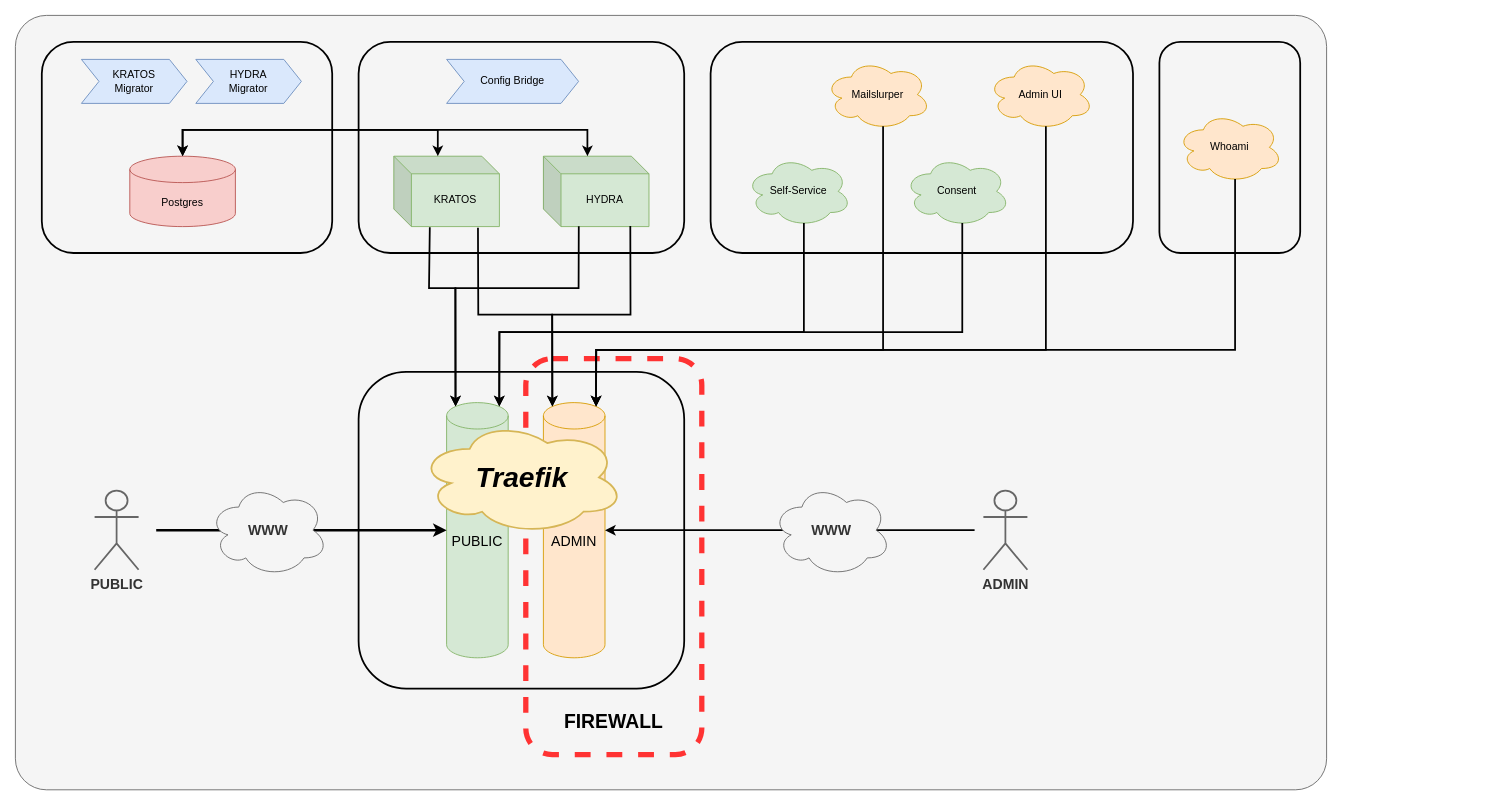
Before: docs/Architecture.drawio in SwissArmyBud/foundation-ory, a draw.io diagram. Source tidied: cells renumbered, new cells numbered last; positions are measured from the earlier drawing's top-left corner, leaving out a move shared by most shapes. Both pictures are drawn from the tidied source at 88%, with x=0, y=0 at pixel (15, 15).
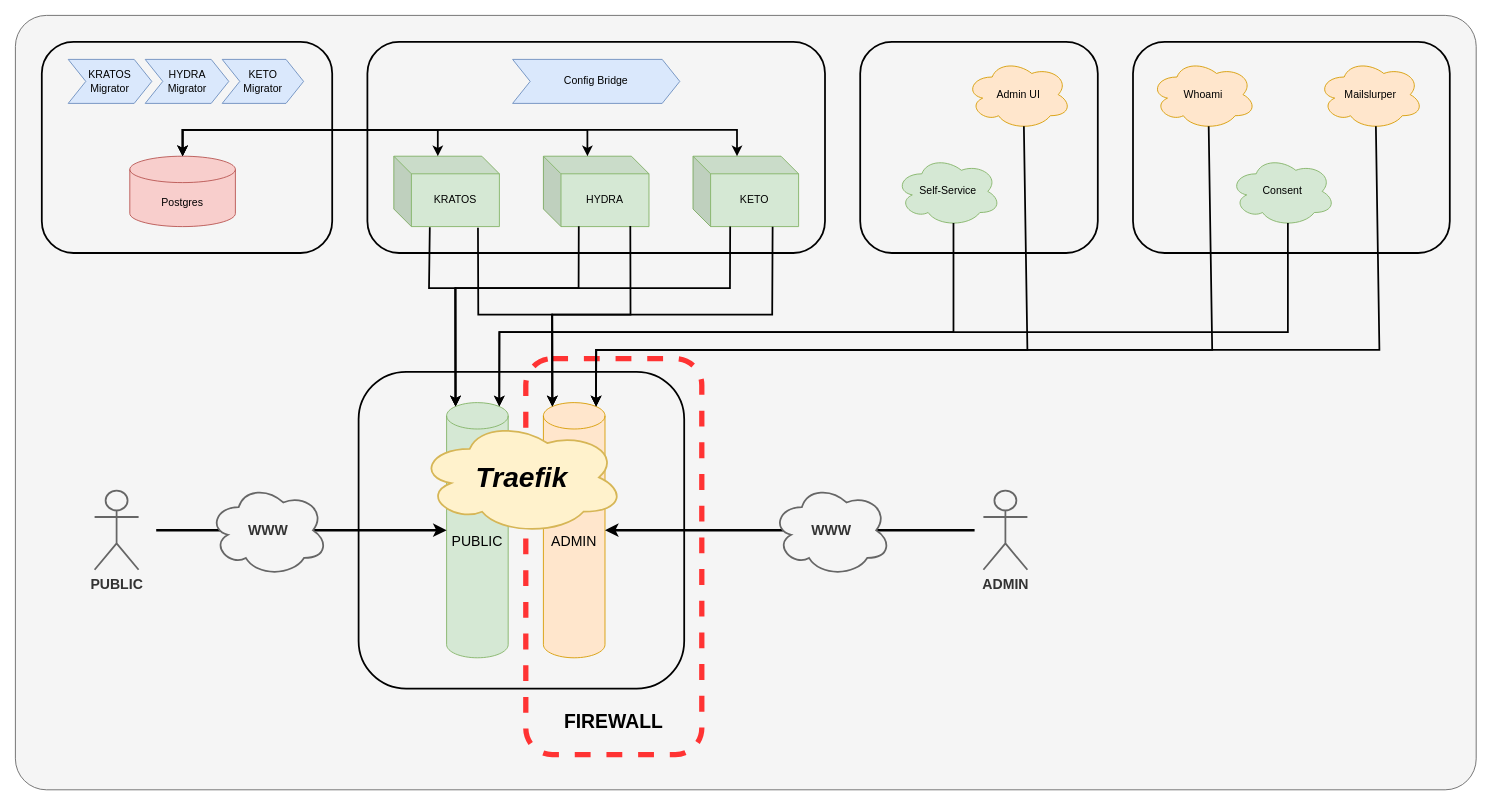
The same diagram, later.

Unchanged cells that the change refers to:
```xml
<mxCell id="9" style="group;strokeWidth=2;" parent="1" vertex="1">
  <mxGeometry x="30" y="30" width="330" height="240" as="geometry" />
</mxCell>
<mxCell id="11" value="Postgres" style="shape=cylinder3;whiteSpace=wrap;html=1;boundedLbl=1;backgroundOutline=1;size=15;fillColor=#f8cecc;strokeColor=#b85450;" parent="9" vertex="1">
  <mxGeometry x="100" y="130" width="120" height="80" as="geometry" />
</mxCell>
<mxCell id="23" value="PUBLIC" style="shape=cylinder3;whiteSpace=wrap;html=1;boundedLbl=1;backgroundOutline=1;size=15;fontSize=16;fillColor=#d5e8d4;strokeColor=#82b366;" parent="1" vertex="1">
  <mxGeometry x="490" y="440" width="70" height="290" as="geometry" />
</mxCell>
<mxCell id="28" value="ADMIN" style="shape=cylinder3;whiteSpace=wrap;html=1;boundedLbl=1;backgroundOutline=1;size=15;fontSize=16;fillColor=#ffe6cc;strokeColor=#d79b00;" parent="1" vertex="1">
  <mxGeometry x="600" y="440" width="70" height="290" as="geometry" />
</mxCell>
```

Change to the diagram source:
```diff
@@
     <mxCell id="2" style="rounded=1;whiteSpace=wrap;html=1;fillColor=#f5f5f5;fontColor=#333333;strokeColor=#666666;arcSize=4;" parent="1" vertex="1">
-      <mxGeometry width="1490" height="880" as="geometry" />
+      <mxGeometry width="1660" height="880" as="geometry" />
     </mxCell>
+    <mxCell id="20" style="rounded=1;whiteSpace=wrap;html=1;fillColor=none;strokeWidth=2;" parent="1" vertex="1">
+      <mxGeometry x="1270" y="30" width="360" height="240" as="geometry" />
+    </mxCell>
     <mxCell id="3" style="group;" parent="1" vertex="1">
-      <mxGeometry x="390" y="30" width="370" height="280" as="geometry" />
+      <mxGeometry x="390" y="30" width="530" height="280" as="geometry" />
     </mxCell>
     <mxCell id="4" style="rounded=1;whiteSpace=wrap;html=1;fillColor=none;strokeWidth=2;" parent="3" vertex="1">
-      <mxGeometry width="370" height="240" as="geometry" />
+      <mxGeometry x="10" width="520" height="240" as="geometry" />
     </mxCell>
@@
     <mxCell id="7" value="Config Bridge" style="shape=step;perimeter=stepPerimeter;whiteSpace=wrap;html=1;fixedSize=1;fillColor=#dae8fc;strokeColor=#6c8ebf;" parent="3" vertex="1">
-      <mxGeometry x="100" y="20" width="150" height="50" as="geometry" />
+      <mxGeometry x="175" y="20" width="190" height="50" as="geometry" />
     </mxCell>
+    <mxCell id="43" value="KETO" style="shape=cube;whiteSpace=wrap;html=1;boundedLbl=1;backgroundOutline=1;darkOpacity=0.05;darkOpacity2=0.1;fillColor=#d5e8d4;strokeColor=#82b366;" parent="3" vertex="1">
+      <mxGeometry x="380" y="130" width="120" height="80" as="geometry" />
+    </mxCell>
@@
     <mxCell id="12" value="&lt;div&gt;KRATOS&lt;/div&gt;&lt;div&gt;Migrator&lt;/div&gt;" style="shape=step;perimeter=stepPerimeter;whiteSpace=wrap;html=1;fixedSize=1;fillColor=#dae8fc;strokeColor=#6c8ebf;" parent="9" vertex="1">
-      <mxGeometry x="45" y="20" width="120" height="50" as="geometry" />
+      <mxGeometry x="30" y="20" width="95" height="50" as="geometry" />
     </mxCell>
     <mxCell id="13" value="HYDRA&lt;br&gt;Migrator" style="shape=step;perimeter=stepPerimeter;whiteSpace=wrap;html=1;fixedSize=1;fillColor=#dae8fc;strokeColor=#6c8ebf;" parent="9" vertex="1">
-      <mxGeometry x="175" y="20" width="120" height="50" as="geometry" />
+      <mxGeometry x="117.5" y="20" width="95" height="50" as="geometry" />
     </mxCell>
+    <mxCell id="44" value="KETO&lt;br&gt;Migrator" style="shape=step;perimeter=stepPerimeter;whiteSpace=wrap;html=1;fixedSize=1;fillColor=#dae8fc;strokeColor=#6c8ebf;" parent="9" vertex="1">
+      <mxGeometry x="205" y="20" width="92.5" height="50" as="geometry" />
+    </mxCell>
@@
     <mxCell id="15" style="rounded=1;whiteSpace=wrap;html=1;fillColor=none;strokeWidth=2;" parent="1" vertex="1">
-      <mxGeometry x="790" y="30" width="480" height="240" as="geometry" />
+      <mxGeometry x="960" y="30" width="270" height="240" as="geometry" />
     </mxCell>
     <mxCell id="16" value="Self-Service" style="ellipse;shape=cloud;whiteSpace=wrap;html=1;fillColor=#d5e8d4;strokeColor=#82b366;" parent="1" vertex="1">
-      <mxGeometry x="830" y="160" width="120" height="80" as="geometry" />
+      <mxGeometry x="1000" y="160" width="120" height="80" as="geometry" />
     </mxCell>
     <mxCell id="17" value="Consent" style="ellipse;shape=cloud;whiteSpace=wrap;html=1;fillColor=#d5e8d4;strokeColor=#82b366;" parent="1" vertex="1">
-      <mxGeometry x="1010" y="160" width="120" height="80" as="geometry" />
+      <mxGeometry x="1380" y="160" width="120" height="80" as="geometry" />
     </mxCell>
     <mxCell id="18" value="Mailslurper" style="ellipse;shape=cloud;whiteSpace=wrap;html=1;fillColor=#ffe6cc;strokeColor=#d79b00;" parent="1" vertex="1">
-      <mxGeometry x="920" y="50" width="120" height="80" as="geometry" />
+      <mxGeometry x="1480" y="50" width="120" height="80" as="geometry" />
     </mxCell>
     <mxCell id="19" value="Admin UI" style="ellipse;shape=cloud;whiteSpace=wrap;html=1;fillColor=#ffe6cc;strokeColor=#d79b00;" parent="1" vertex="1">
-      <mxGeometry x="1105" y="50" width="120" height="80" as="geometry" />
+      <mxGeometry x="1080" y="50" width="120" height="80" as="geometry" />
     </mxCell>
-    <mxCell id="20" style="rounded=1;whiteSpace=wrap;html=1;fillColor=none;strokeWidth=2;" parent="1" vertex="1">
-      <mxGeometry x="1300" y="30" width="160" height="240" as="geometry" />
-    </mxCell>
     <mxCell id="21" value="Whoami" style="ellipse;shape=cloud;whiteSpace=wrap;html=1;fillColor=#ffe6cc;strokeColor=#d79b00;" parent="1" vertex="1">
-      <mxGeometry x="1320" y="110" width="120" height="80" as="geometry" />
+      <mxGeometry x="1290" y="50" width="120" height="80" as="geometry" />
     </mxCell>
@@
     <mxCell id="25" style="endArrow=classic;html=1;rounded=0;exitX=0.55;exitY=0.95;exitDx=0;exitDy=0;exitPerimeter=0;entryX=0.855;entryY=0;entryDx=0;entryDy=4.35;entryPerimeter=0;strokeWidth=2;" parent="1" edge="1" source="16" target="23">
       <mxGeometry relative="1" as="geometry">
         <Array as="points">
-          <mxPoint x="896" y="360" />
+          <mxPoint x="1066" y="360" />
           <mxPoint x="550" y="360" />
         </Array>
       </mxGeometry>
     </mxCell>
     <mxCell id="26" style="endArrow=classic;html=1;rounded=0;exitX=0.55;exitY=0.95;exitDx=0;exitDy=0;exitPerimeter=0;entryX=0.855;entryY=0;entryDx=0;entryDy=4.35;entryPerimeter=0;strokeWidth=2;" parent="1" edge="1" source="17" target="23">
       <mxGeometry relative="1" as="geometry">
         <Array as="points">
-          <mxPoint x="1076" y="360" />
+          <mxPoint x="1446" y="360" />
           <mxPoint x="550" y="360" />
         </Array>
       </mxGeometry>
     </mxCell>
@@
     <mxCell id="32" style="endArrow=classic;html=1;rounded=0;exitX=0.55;exitY=0.95;exitDx=0;exitDy=0;exitPerimeter=0;entryX=0.855;entryY=0;entryDx=0;entryDy=4.35;entryPerimeter=0;strokeWidth=2;" parent="1" edge="1" source="18" target="28">
       <mxGeometry relative="1" as="geometry">
         <Array as="points">
-          <mxPoint x="986" y="380" />
+          <mxPoint x="1550" y="380" />
           <mxPoint x="660" y="380" />
         </Array>
       </mxGeometry>
     </mxCell>
     <mxCell id="33" style="endArrow=classic;html=1;rounded=0;exitX=0.55;exitY=0.95;exitDx=0;exitDy=0;exitPerimeter=0;entryX=0.855;entryY=0;entryDx=0;entryDy=4.35;entryPerimeter=0;strokeWidth=2;" parent="1" edge="1" source="19" target="28">
       <mxGeometry relative="1" as="geometry">
         <Array as="points">
-          <mxPoint x="1171" y="380" />
+          <mxPoint x="1150" y="380" />
           <mxPoint x="660" y="380" />
         </Array>
       </mxGeometry>
     </mxCell>
     <mxCell id="34" style="endArrow=classic;html=1;rounded=0;entryX=0.855;entryY=0;entryDx=0;entryDy=4.35;entryPerimeter=0;exitX=0.55;exitY=0.95;exitDx=0;exitDy=0;exitPerimeter=0;strokeWidth=2;" parent="1" edge="1" source="21" target="28">
       <mxGeometry relative="1" as="geometry">
         <Array as="points">
-          <mxPoint x="1386" y="380" />
+          <mxPoint x="1360" y="380" />
           <mxPoint x="660" y="380" />
         </Array>
       </mxGeometry>
     </mxCell>
@@
-    <mxCell id="38" value="WWW" style="ellipse;shape=cloud;whiteSpace=wrap;html=1;fontStyle=1;fontSize=16;fillColor=#f5f5f5;fontColor=#333333;strokeColor=#666666;" parent="1" vertex="1">
+    <mxCell id="38" value="WWW" style="ellipse;shape=cloud;whiteSpace=wrap;html=1;fontStyle=1;fontSize=16;fillColor=#f5f5f5;fontColor=#333333;strokeColor=#666666;strokeWidth=2;" parent="1" vertex="1">
       <mxGeometry x="220" y="532.5" width="135" height="105" as="geometry" />
     </mxCell>
@@
-    <mxCell id="41" style="endArrow=classic;html=1;rounded=0;strokeWidth=2;entryX=1;entryY=0.5;entryDx=0;entryDy=0;entryPerimeter=0;" parent="1" edge="1" target="28">
+    <mxCell id="41" style="endArrow=classic;html=1;rounded=0;strokeWidth=3;entryX=1;entryY=0.5;entryDx=0;entryDy=0;entryPerimeter=0;" parent="1" edge="1" target="28">
       <mxGeometry relative="1" as="geometry">
         <mxPoint x="1090" y="585" as="sourcePoint" />
       </mxGeometry>
     </mxCell>
-    <mxCell id="42" value="WWW" style="ellipse;shape=cloud;whiteSpace=wrap;html=1;fontStyle=1;fontSize=16;fillColor=#f5f5f5;fontColor=#333333;strokeColor=#666666;" parent="1" vertex="1">
+    <mxCell id="42" value="WWW" style="ellipse;shape=cloud;whiteSpace=wrap;html=1;fontStyle=1;fontSize=16;fillColor=#f5f5f5;fontColor=#333333;strokeColor=#666666;strokeWidth=2;" parent="1" vertex="1">
       <mxGeometry x="860" y="532.5" width="135" height="105" as="geometry" />
     </mxCell>
+    <mxCell id="45" value="&amp;nbsp;" style="text;whiteSpace=wrap;html=1;" parent="1" vertex="1">
+      <mxGeometry x="980" y="480" width="40" height="40" as="geometry" />
+    </mxCell>
+    <mxCell id="46" value="&amp;nbsp;" style="text;whiteSpace=wrap;html=1;" parent="1" vertex="1">
+      <mxGeometry x="1320" y="500" width="40" height="40" as="geometry" />
+    </mxCell>
+    <mxCell id="47" style="endArrow=classic;startArrow=classic;html=1;rounded=0;exitX=0.5;exitY=0;exitDx=0;exitDy=0;entryX=0;entryY=0;entryDx=50;entryDy=0;strokeWidth=2;exitPerimeter=0;entryPerimeter=0;" parent="1" edge="1" source="11" target="43">
+      <mxGeometry relative="1" as="geometry">
+        <Array as="points">
+          <mxPoint x="190" y="130" />
+          <mxPoint x="820" y="130" />
+        </Array>
+      </mxGeometry>
+    </mxCell>
+    <mxCell id="48" style="endArrow=classic;html=1;rounded=0;exitX=0.754;exitY=1.001;exitDx=0;exitDy=0;exitPerimeter=0;entryX=0.145;entryY=0;entryDx=0;entryDy=4.35;entryPerimeter=0;strokeWidth=2;" parent="1" edge="1" source="43" target="28">
+      <mxGeometry relative="1" as="geometry">
+        <Array as="points">
+          <mxPoint x="860" y="340" />
+          <mxPoint x="610" y="340" />
+        </Array>
+      </mxGeometry>
+    </mxCell>
+    <mxCell id="49" style="endArrow=classic;html=1;rounded=0;exitX=0.352;exitY=0.998;exitDx=0;exitDy=0;exitPerimeter=0;entryX=0.145;entryY=0;entryDx=0;entryDy=4.35;entryPerimeter=0;strokeWidth=2;" parent="1" edge="1" source="43" target="23">
+      <mxGeometry relative="1" as="geometry">
+        <Array as="points">
+          <mxPoint x="812" y="310" />
+          <mxPoint x="500" y="310" />
+        </Array>
+      </mxGeometry>
+    </mxCell>
```
